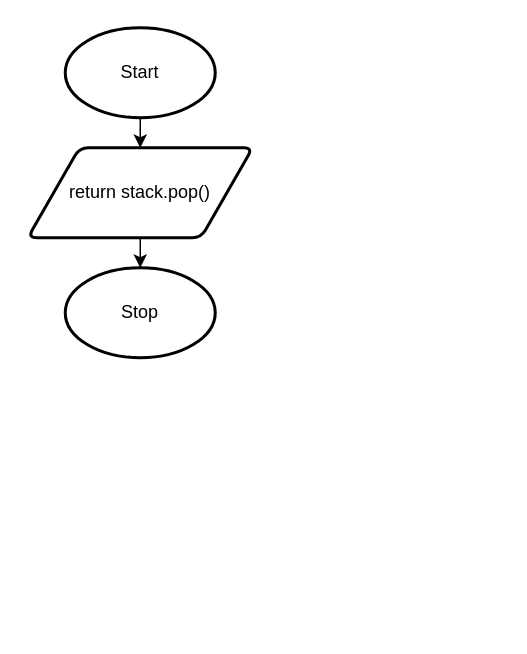
The draw.io diagram drawio/popStack.drawio in Aidan-Lalonde-Novales/ics4u-unit2-03-typescript, before the edit. Source tidied: cells renumbered, new cells numbered last; positions are measured from the earlier drawing's top-left corner, leaving out a move shared by most shapes. Both pictures are drawn from the tidied source at 150%, with x=0, y=0 at pixel (27, 27).
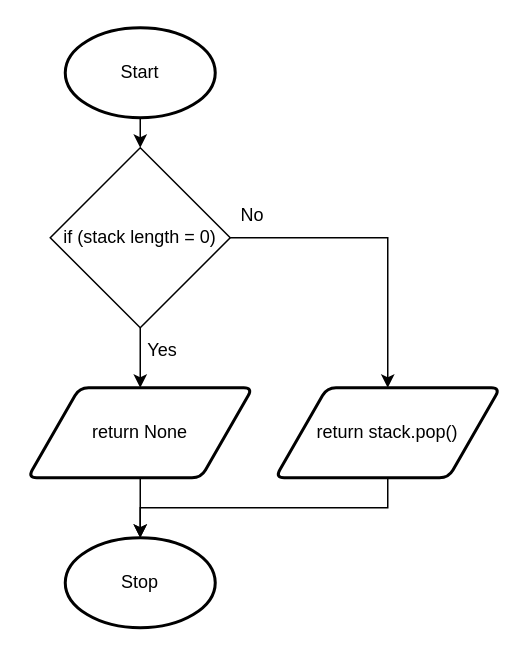
The same page after the edit.

Change to the diagram source:
```diff
@@
 <mxGraphModel>
   <root>
     <mxCell id="0" />
     <mxCell id="1" parent="0" />
+    <mxCell id="7" style="edgeStyle=none;html=1;exitX=0.5;exitY=1;exitDx=0;exitDy=0;exitPerimeter=0;entryX=0.5;entryY=0;entryDx=0;entryDy=0;" parent="1" edge="1" source="2" target="11">
+      <mxGeometry relative="1" as="geometry" />
+    </mxCell>
     <mxCell id="2" value="Start" style="strokeWidth=2;html=1;shape=mxgraph.flowchart.start_1;whiteSpace=wrap;" parent="1" vertex="1">
       <mxGeometry x="25" width="100" height="60" as="geometry" />
     </mxCell>
-    <mxCell id="3" style="edgeStyle=none;html=1;exitX=0.5;exitY=1;exitDx=0;exitDy=0;entryX=0.5;entryY=0;entryDx=0;entryDy=0;" parent="1" edge="1">
-      <mxGeometry relative="1" as="geometry">
-        <mxPoint x="75" y="60" as="sourcePoint" />
-        <mxPoint x="75" y="80" as="targetPoint" />
-      </mxGeometry>
-    </mxCell>
     <mxCell id="4" value="Stop" style="strokeWidth=2;html=1;shape=mxgraph.flowchart.start_1;whiteSpace=wrap;" parent="1" vertex="1">
-      <mxGeometry x="25" y="160" width="100" height="60" as="geometry" />
+      <mxGeometry x="25" y="340" width="100" height="60" as="geometry" />
     </mxCell>
-    <mxCell id="5" style="edgeStyle=none;html=1;exitX=0.5;exitY=1;exitDx=0;exitDy=0;entryX=0.5;entryY=0;entryDx=0;entryDy=0;entryPerimeter=0;" parent="1" edge="1" target="4">
-      <mxGeometry relative="1" as="geometry">
-        <mxPoint x="75" y="140" as="sourcePoint" />
-      </mxGeometry>
-    </mxCell>
+    <mxCell id="8" style="edgeStyle=none;rounded=0;html=1;exitX=0.5;exitY=1;exitDx=0;exitDy=0;entryX=0.5;entryY=0;entryDx=0;entryDy=0;entryPerimeter=0;" parent="1" edge="1" source="6" target="4">
+      <mxGeometry relative="1" as="geometry">
+        <Array as="points">
+          <mxPoint x="240" y="320" />
+          <mxPoint x="75" y="320" />
+        </Array>
+      </mxGeometry>
+    </mxCell>
     <mxCell id="6" value="return stack.pop()" style="shape=parallelogram;html=1;strokeWidth=2;perimeter=parallelogramPerimeter;whiteSpace=wrap;rounded=1;arcSize=12;size=0.23;" parent="1" vertex="1">
-      <mxGeometry y="80" width="150" height="60" as="geometry" />
+      <mxGeometry x="165" y="240" width="150" height="60" as="geometry" />
     </mxCell>
+    <mxCell id="9" style="edgeStyle=none;html=1;exitX=1;exitY=0.5;exitDx=0;exitDy=0;entryX=0.5;entryY=0;entryDx=0;entryDy=0;rounded=0;" parent="1" edge="1" source="11" target="6">
+      <mxGeometry relative="1" as="geometry">
+        <Array as="points">
+          <mxPoint x="240" y="140" />
+        </Array>
+      </mxGeometry>
+    </mxCell>
+    <mxCell id="10" style="edgeStyle=none;html=1;exitX=0.5;exitY=1;exitDx=0;exitDy=0;entryX=0.5;entryY=0;entryDx=0;entryDy=0;" parent="1" edge="1" source="11" target="15">
+      <mxGeometry relative="1" as="geometry" />
+    </mxCell>
+    <mxCell id="11" value="if (stack length = 0)" style="rhombus;whiteSpace=wrap;html=1;" parent="1" vertex="1">
+      <mxGeometry x="15" y="80" width="120" height="120" as="geometry" />
+    </mxCell>
+    <mxCell id="12" value="No" style="text;html=1;strokeColor=none;fillColor=none;align=center;verticalAlign=middle;whiteSpace=wrap;rounded=0;" parent="1" vertex="1">
+      <mxGeometry x="135" y="110" width="30" height="30" as="geometry" />
+    </mxCell>
+    <mxCell id="13" value="Yes" style="text;html=1;strokeColor=none;fillColor=none;align=center;verticalAlign=middle;whiteSpace=wrap;rounded=0;" parent="1" vertex="1">
+      <mxGeometry x="75" y="200" width="30" height="30" as="geometry" />
+    </mxCell>
+    <mxCell id="14" style="edgeStyle=none;rounded=0;html=1;exitX=0.5;exitY=1;exitDx=0;exitDy=0;entryX=0.5;entryY=0;entryDx=0;entryDy=0;entryPerimeter=0;" parent="1" edge="1" source="15" target="4">
+      <mxGeometry relative="1" as="geometry" />
+    </mxCell>
+    <mxCell id="15" value="return None" style="shape=parallelogram;html=1;strokeWidth=2;perimeter=parallelogramPerimeter;whiteSpace=wrap;rounded=1;arcSize=12;size=0.23;" parent="1" vertex="1">
+      <mxGeometry y="240" width="150" height="60" as="geometry" />
+    </mxCell>
   </root>
 </mxGraphModel>
```
